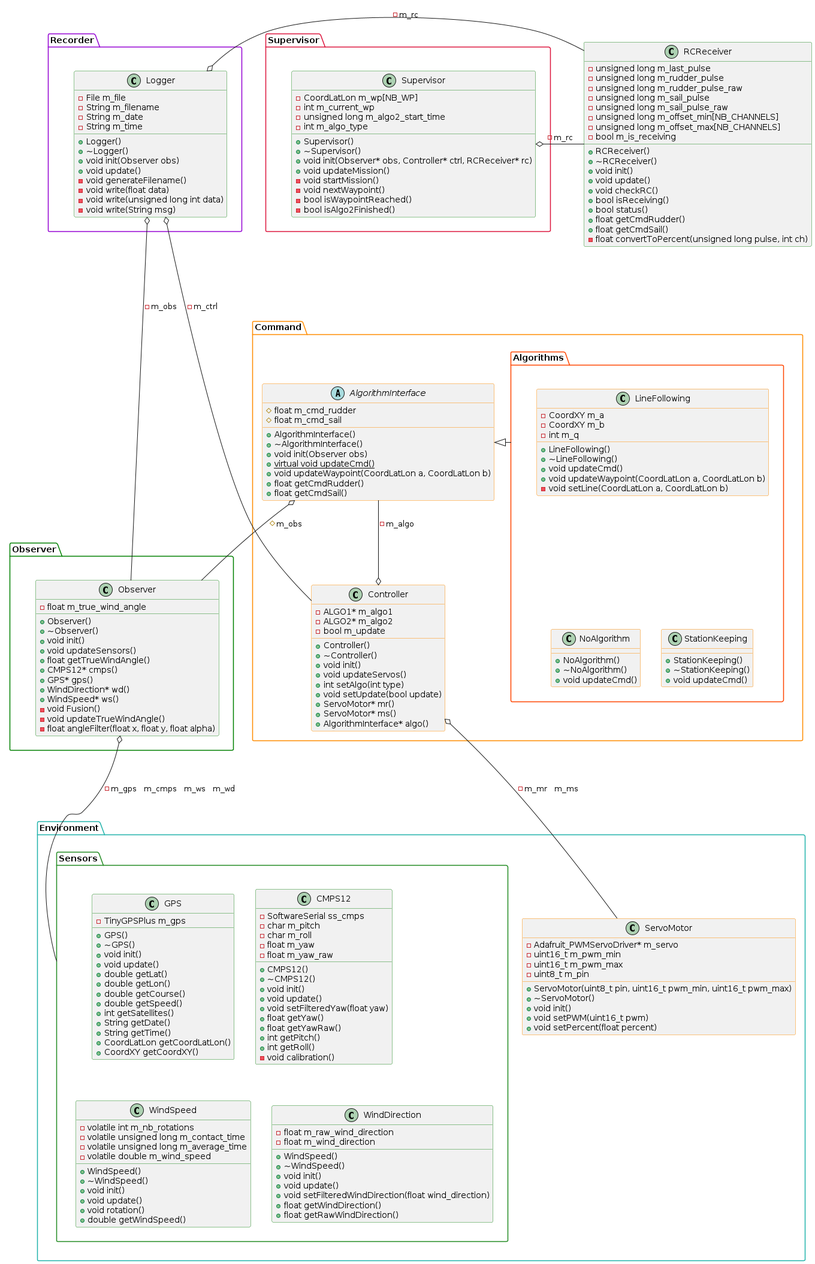
The PlantUML diagram docs/diagrams/out/classDiagram/classDiagram.png in TitouanLeost/Aston-Autonomous-Sailboat-2024, before a commit.
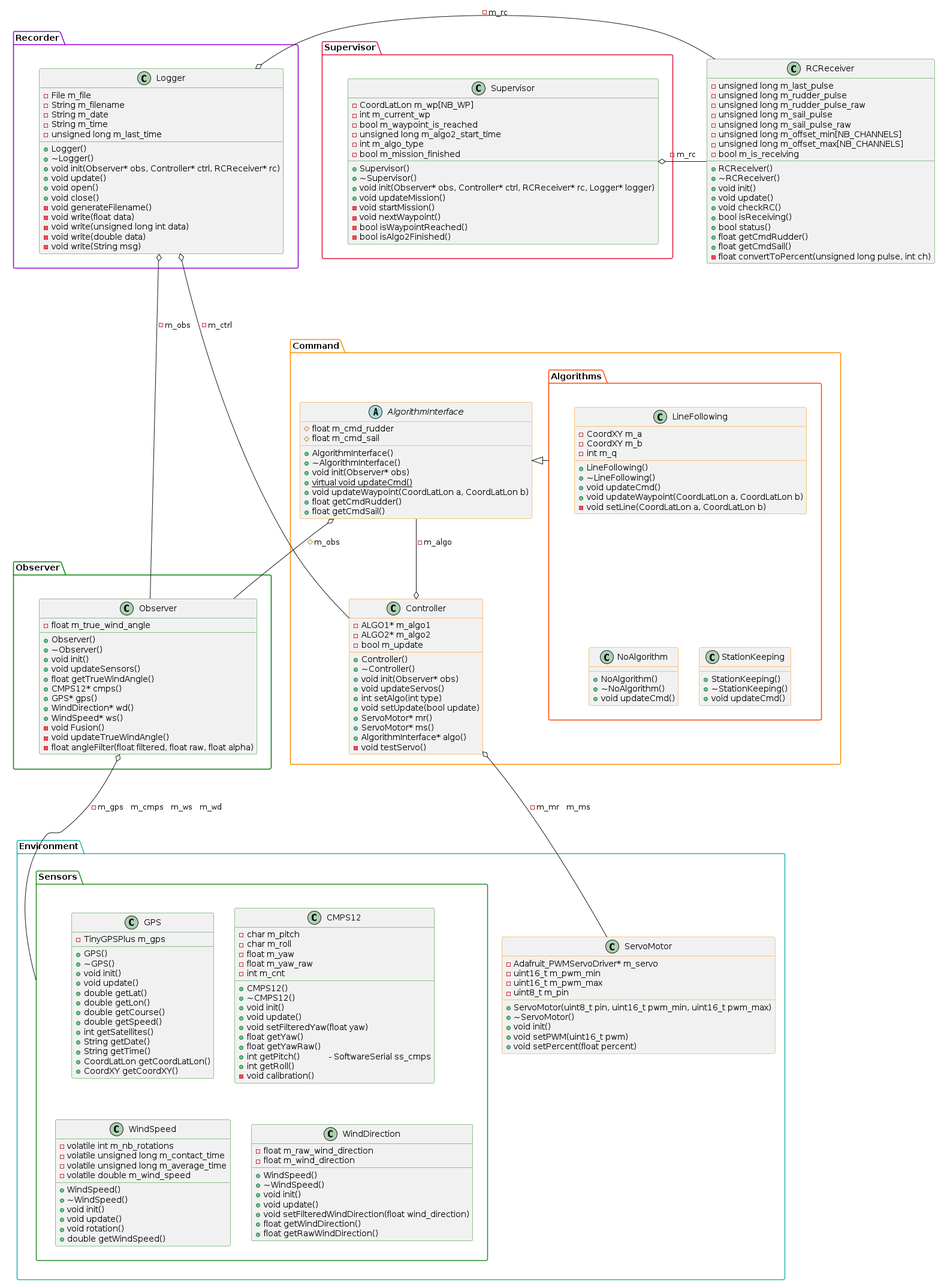
The same diagram one commit later.

Commit message:
updated class diagram

Diff of the diagram source:
```diff
@@ -22,11 +22,11 @@
         }
 
         class       CMPS12 <<Observer>> {
-            - SoftwareSerial ss_cmps
             - char m_pitch
             - char m_roll
             - float m_yaw
             - float m_yaw_raw
+            - int m_cnt
             + CMPS12()
             + ~CMPS12()
             + void init()
@@ -34,7 +34,7 @@
             + void setFilteredYaw(float yaw)
             + float getYaw()
             + float getYawRaw()
-            + int getPitch()
+            + int getPitch()            - SoftwareSerial ss_cmps
             + int getRoll()
             - void calibration()
         }
@@ -93,7 +93,7 @@
         + WindSpeed* ws()
         - void Fusion()
         - void updateTrueWindAngle()
-        - float angleFilter(float x, float y, float alpha)
+        - float angleFilter(float filtered, float raw, float alpha)
     }
 }
 
@@ -104,13 +104,17 @@
         - String m_filename
         - String m_date
         - String m_time
+        - unsigned long m_last_time
         + Logger()
         + ~Logger()
-        + void init(Observer obs)
+        + void init(Observer* obs, Controller* ctrl, RCReceiver* rc)
         + void update()
+        + void open()
+        + void close()
         - void generateFilename()
         - void write(float data)
         - void write(unsigned long int data)
+        - void write(double data)
         - void write(String msg)
     }
 }
@@ -120,11 +124,13 @@
     class       Supervisor <<Observer>> {
         - CoordLatLon m_wp[NB_WP]
         - int m_current_wp
+        - bool m_waypoint_is_reached
         - unsigned long m_algo2_start_time
         - int m_algo_type
+        - bool m_mission_finished
         + Supervisor()
         + ~Supervisor()
-        + void init(Observer* obs, Controller* ctrl, RCReceiver* rc)
+        + void init(Observer* obs, Controller* ctrl, RCReceiver* rc, Logger* logger)
         + void updateMission()
         - void startMission()
         - void nextWaypoint()
@@ -162,13 +168,14 @@
         - bool m_update
         + Controller()
         + ~Controller()
-        + void init()
+        + void init(Observer* obs)
         + void updateServos()
         + int setAlgo(int type)
         + void setUpdate(bool update)
         + ServoMotor* mr()
         + ServoMotor* ms()
         + AlgorithmInterface* algo()
+        - void testServo()
     }
 
     abstract    AlgorithmInterface <<Command>> {
@@ -176,7 +183,7 @@
         # float m_cmd_sail
         + AlgorithmInterface()
         + ~AlgorithmInterface()
-        + void init(Observer obs)
+        + void init(Observer* obs)
         + virtual void updateCmd() {static}
         + void updateWaypoint(CoordLatLon a, CoordLatLon b)
         + float getCmdRudder()
```
